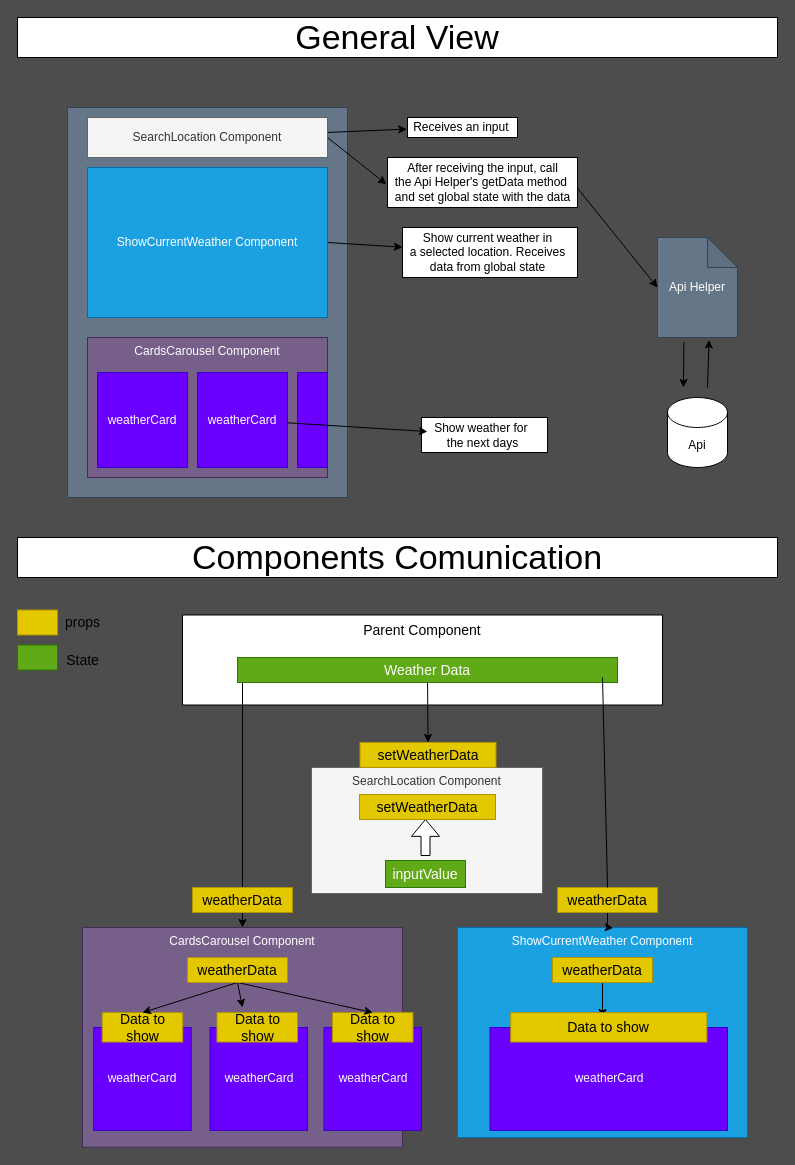
Above: documentation/flowchart.drawio in FelipeAnony/weather.io (draw.io), before the change. Source tidied: cells renumbered, new cells numbered last; positions are measured from the earlier drawing's top-left corner, leaving out a move shared by most shapes. Both pictures are drawn from the tidied source at 100%, with x=0, y=0 at pixel (17, 17).
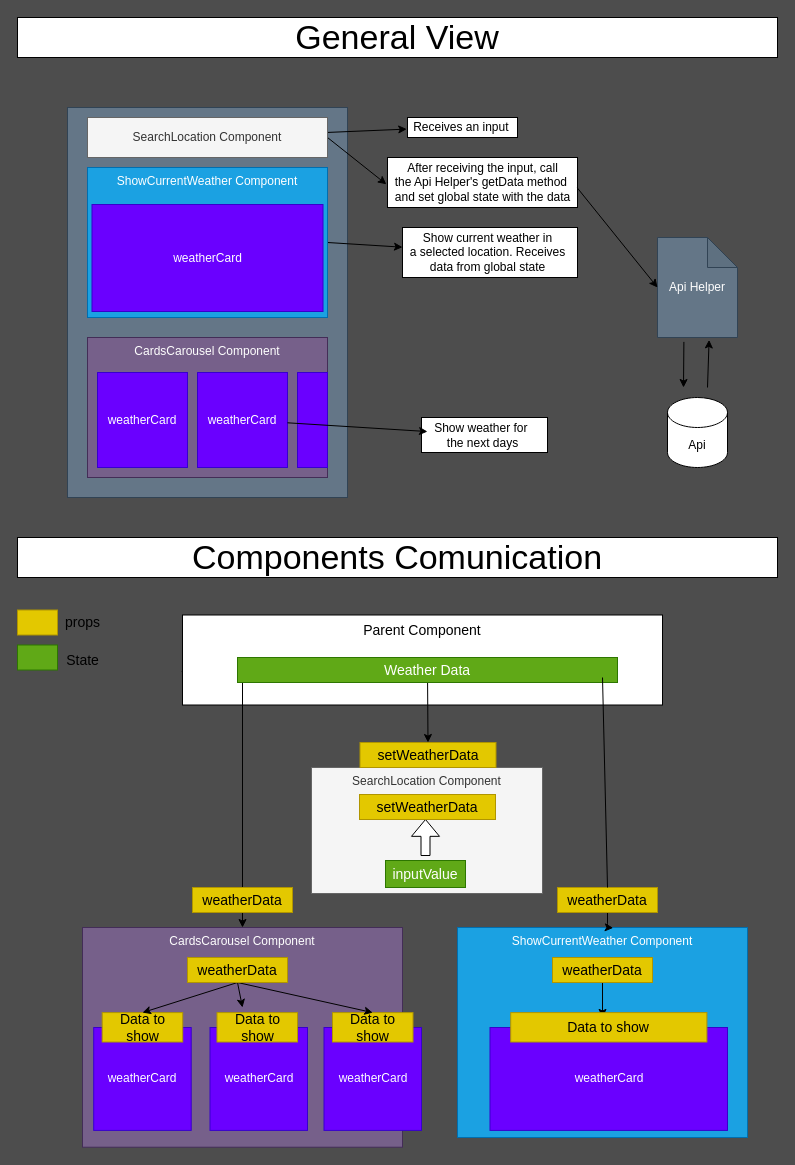
Above is the later version.

The edit, as a diff of the source:
```diff
@@
-    <mxCell id="11" value="ShowCurrentWeather Component" style="rounded=0;whiteSpace=wrap;html=1;fillColor=#1ba1e2;strokeColor=#006EAF;fontColor=#ffffff;" parent="1" vertex="1">
+    <mxCell id="11" value="ShowCurrentWeather Component" style="rounded=0;whiteSpace=wrap;html=1;fillColor=#1ba1e2;strokeColor=#006EAF;fontColor=#ffffff;verticalAlign=top;" parent="1" vertex="1">
       <mxGeometry x="70" y="150" width="240" height="150" as="geometry" />
     </mxCell>
@@
+    <mxCell id="62" value="weatherCard" style="rounded=0;whiteSpace=wrap;html=1;fillColor=#6a00ff;fontColor=#ffffff;strokeColor=#3700CC;" parent="1" vertex="1">
+      <mxGeometry x="74.5" y="187" width="231" height="107" as="geometry" />
+    </mxCell>
```
